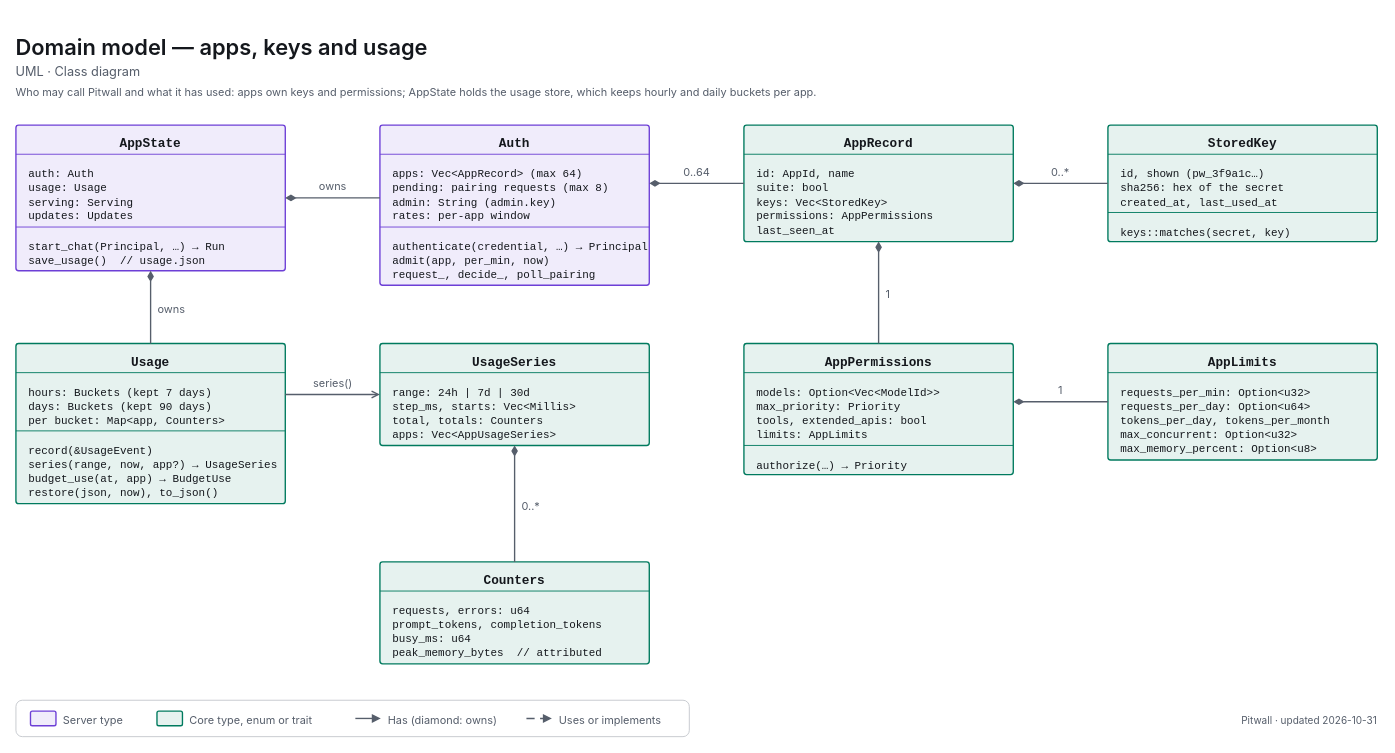
The draw.io diagram apps/pitwall/docs/diagrams/uml-class-access.drawio in decryp7/paddock, before the edit. Source tidied: cells renumbered, new cells numbered last; positions are measured from the earlier drawing's top-left corner, leaving out a move shared by most shapes. Both pictures are drawn from the tidied source at 91%, with x=0, y=0 at pixel (15, 30).
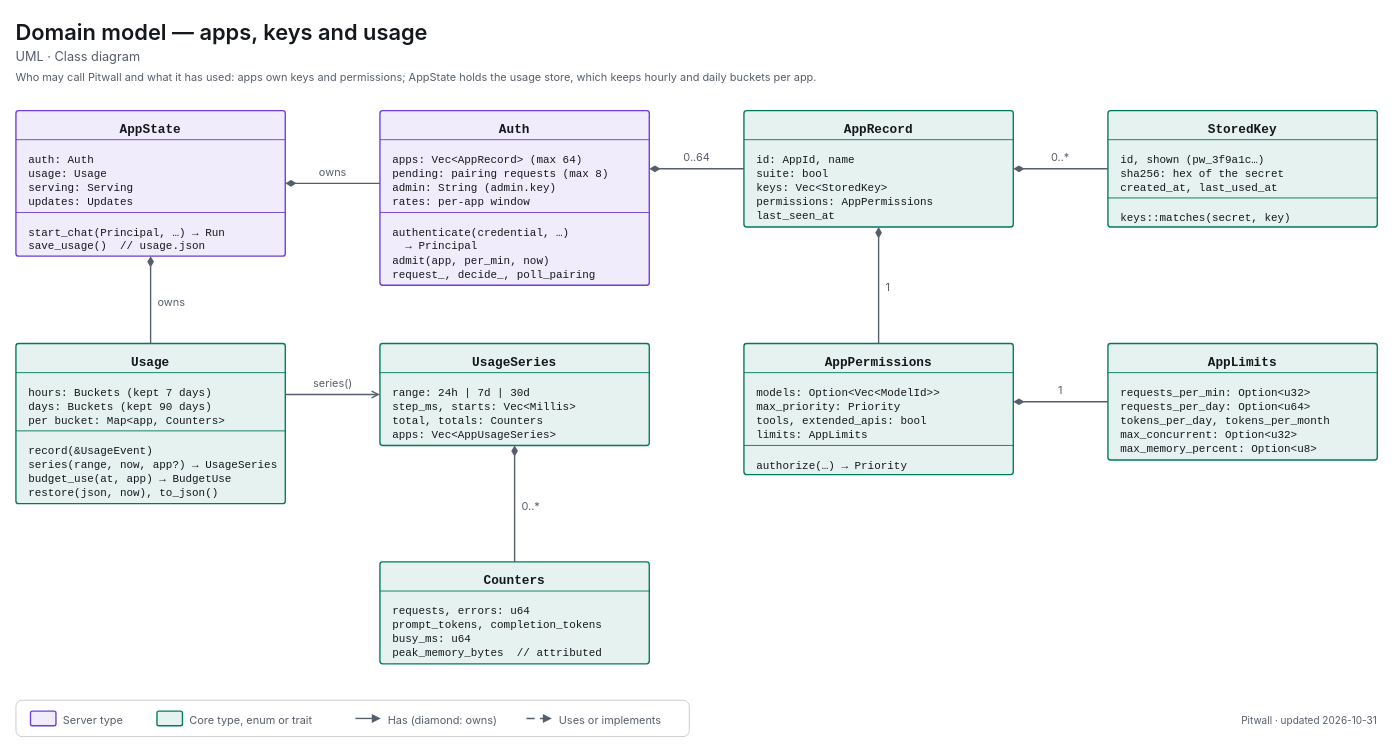
Above is the later version.

What changed in the source:
```diff
@@
     <mxCell id="2" value="&lt;span style=&quot;font-size:24px;font-weight:600&quot;&gt;Domain model — apps, keys and usage&lt;/span&gt;" style="html=1;whiteSpace=wrap;fontFamily=-apple-system,BlinkMacSystemFont,Segoe UI,system-ui,sans-serif;fontSize=12;fontColor=light-dark(#14171C,#ECEEF1);text;strokeColor=none;fillColor=none;align=left;verticalAlign=top;spacing=0;fontColor=light-dark(#14171C,#ECEEF1);" parent="1" vertex="1">
-      <mxGeometry width="1496" height="32" as="geometry" />
+      <mxGeometry y="-16" width="1496" height="32" as="geometry" />
     </mxCell>
     <mxCell id="3" value="&lt;span style=&quot;font-size:14px;font-weight:400&quot;&gt;UML · Class diagram&lt;/span&gt;" style="html=1;whiteSpace=wrap;fontFamily=-apple-system,BlinkMacSystemFont,Segoe UI,system-ui,sans-serif;fontSize=12;fontColor=light-dark(#14171C,#ECEEF1);text;strokeColor=none;fillColor=none;align=left;verticalAlign=top;spacing=0;fontColor=light-dark(#565E6B,#A0A7B2);" parent="1" vertex="1">
-      <mxGeometry y="32" width="1496" height="24" as="geometry" />
+      <mxGeometry y="16" width="1496" height="24" as="geometry" />
     </mxCell>
     <mxCell id="4" value="&lt;span style=&quot;font-size:12px;font-weight:400&quot;&gt;Who may call Pitwall and what it has used: apps own keys and permissions; AppState holds the usage store, which keeps hourly and daily buckets per app.&lt;/span&gt;" style="html=1;whiteSpace=wrap;fontFamily=-apple-system,BlinkMacSystemFont,Segoe UI,system-ui,sans-serif;fontSize=12;fontColor=light-dark(#14171C,#ECEEF1);text;strokeColor=none;fillColor=none;align=left;verticalAlign=top;spacing=0;fontColor=light-dark(#565E6B,#A0A7B2);" parent="1" vertex="1">
-      <mxGeometry y="56" width="1496" height="20" as="geometry" />
+      <mxGeometry y="40" width="1496" height="20" as="geometry" />
     </mxCell>
     <mxCell id="5" value="&lt;span style=&quot;font-size:14px;font-weight:600;font-family:ui-monospace,SF Mono,Cascadia Mono,Consolas,monospace&quot;&gt;AppState&lt;/span&gt;" style="html=1;whiteSpace=wrap;fontFamily=-apple-system,BlinkMacSystemFont,Segoe UI,system-ui,sans-serif;fontSize=12;fontColor=light-dark(#14171C,#ECEEF1);rounded=1;absoluteArcSize=1;arcSize=6;strokeWidth=1.5;strokeColor=light-dark(#6D3FD6,#A58BFA);fillColor=light-dark(#F0ECFB,#2C2A3F);align=center;verticalAlign=top;spacingTop=6;" parent="1" vertex="1">
-      <mxGeometry y="104" width="296" height="160" as="geometry" />
+      <mxGeometry y="88" width="296" height="160" as="geometry" />
     </mxCell>
     <mxCell id="6" style="endArrow=none;html=1;strokeWidth=1;strokeColor=light-dark(#6D3FD6,#A58BFA);" parent="1" edge="1">
       <mxGeometry relative="1" as="geometry">
-        <mxPoint y="136" as="sourcePoint" />
-        <mxPoint x="296" y="136" as="targetPoint" />
+        <mxPoint y="120" as="sourcePoint" />
+        <mxPoint x="296" y="120" as="targetPoint" />
       </mxGeometry>
     </mxCell>
     <mxCell id="7" value="&lt;span style=&quot;font-family:ui-monospace,SF Mono,Cascadia Mono,Consolas,monospace;font-size:12px&quot;&gt;auth:&amp;nbsp;Auth&lt;br&gt;usage:&amp;nbsp;Usage&lt;br&gt;serving:&amp;nbsp;Serving&lt;br&gt;updates:&amp;nbsp;Updates&lt;/span&gt;" style="html=1;whiteSpace=wrap;fontFamily=-apple-system,BlinkMacSystemFont,Segoe UI,system-ui,sans-serif;fontSize=12;fontColor=light-dark(#14171C,#ECEEF1);text;strokeColor=none;fillColor=none;align=left;verticalAlign=top;spacingLeft=12;spacingTop=8;" parent="1" vertex="1">
-      <mxGeometry y="136" width="296" height="80" as="geometry" />
+      <mxGeometry y="120" width="296" height="80" as="geometry" />
     </mxCell>
     <mxCell id="8" style="endArrow=none;html=1;strokeWidth=1;strokeColor=light-dark(#6D3FD6,#A58BFA);" parent="1" edge="1">
       <mxGeometry relative="1" as="geometry">
-        <mxPoint y="216" as="sourcePoint" />
-        <mxPoint x="296" y="216" as="targetPoint" />
+        <mxPoint y="200" as="sourcePoint" />
+        <mxPoint x="296" y="200" as="targetPoint" />
       </mxGeometry>
     </mxCell>
     <mxCell id="9" value="&lt;span style=&quot;font-family:ui-monospace,SF Mono,Cascadia Mono,Consolas,monospace;font-size:12px&quot;&gt;start_chat(Principal,&amp;nbsp;…)&amp;nbsp;→&amp;nbsp;Run&lt;br&gt;save_usage()&amp;nbsp;&amp;nbsp;//&amp;nbsp;usage.json&lt;/span&gt;" style="html=1;whiteSpace=wrap;fontFamily=-apple-system,BlinkMacSystemFont,Segoe UI,system-ui,sans-serif;fontSize=12;fontColor=light-dark(#14171C,#ECEEF1);text;strokeColor=none;fillColor=none;align=left;verticalAlign=top;spacingLeft=12;spacingTop=8;" parent="1" vertex="1">
-      <mxGeometry y="216" width="296" height="48" as="geometry" />
+      <mxGeometry y="200" width="296" height="48" as="geometry" />
     </mxCell>
     <mxCell id="10" value="&lt;span style=&quot;font-size:14px;font-weight:600;font-family:ui-monospace,SF Mono,Cascadia Mono,Consolas,monospace&quot;&gt;Auth&lt;/span&gt;" style="html=1;whiteSpace=wrap;fontFamily=-apple-system,BlinkMacSystemFont,Segoe UI,system-ui,sans-serif;fontSize=12;fontColor=light-dark(#14171C,#ECEEF1);rounded=1;absoluteArcSize=1;arcSize=6;strokeWidth=1.5;strokeColor=light-dark(#6D3FD6,#A58BFA);fillColor=light-dark(#F0ECFB,#2C2A3F);align=center;verticalAlign=top;spacingTop=6;" parent="1" vertex="1">
-      <mxGeometry x="400" y="104" width="296" height="176" as="geometry" />
+      <mxGeometry x="400" y="88" width="296" height="192" as="geometry" />
     </mxCell>
     <mxCell id="11" style="endArrow=none;html=1;strokeWidth=1;strokeColor=light-dark(#6D3FD6,#A58BFA);" parent="1" edge="1">
       <mxGeometry relative="1" as="geometry">
-        <mxPoint x="400" y="136" as="sourcePoint" />
-        <mxPoint x="696" y="136" as="targetPoint" />
+        <mxPoint x="400" y="120" as="sourcePoint" />
+        <mxPoint x="696" y="120" as="targetPoint" />
       </mxGeometry>
     </mxCell>
     <mxCell id="12" value="&lt;span style=&quot;font-family:ui-monospace,SF Mono,Cascadia Mono,Consolas,monospace;font-size:12px&quot;&gt;apps:&amp;nbsp;Vec&amp;lt;AppRecord&amp;gt;&amp;nbsp;(max&amp;nbsp;64)&lt;br&gt;pending:&amp;nbsp;pairing&amp;nbsp;requests&amp;nbsp;(max&amp;nbsp;8)&lt;br&gt;admin:&amp;nbsp;String&amp;nbsp;(admin.key)&lt;br&gt;rates:&amp;nbsp;per-app&amp;nbsp;window&lt;/span&gt;" style="html=1;whiteSpace=wrap;fontFamily=-apple-system,BlinkMacSystemFont,Segoe UI,system-ui,sans-serif;fontSize=12;fontColor=light-dark(#14171C,#ECEEF1);text;strokeColor=none;fillColor=none;align=left;verticalAlign=top;spacingLeft=12;spacingTop=8;" parent="1" vertex="1">
-      <mxGeometry x="400" y="136" width="296" height="80" as="geometry" />
+      <mxGeometry x="400" y="120" width="296" height="80" as="geometry" />
     </mxCell>
     <mxCell id="13" style="endArrow=none;html=1;strokeWidth=1;strokeColor=light-dark(#6D3FD6,#A58BFA);" parent="1" edge="1">
       <mxGeometry relative="1" as="geometry">
-        <mxPoint x="400" y="216" as="sourcePoint" />
-        <mxPoint x="696" y="216" as="targetPoint" />
+        <mxPoint x="400" y="200" as="sourcePoint" />
+        <mxPoint x="696" y="200" as="targetPoint" />
       </mxGeometry>
     </mxCell>
-    <mxCell id="14" value="&lt;span style=&quot;font-family:ui-monospace,SF Mono,Cascadia Mono,Consolas,monospace;font-size:12px&quot;&gt;authenticate(credential,&amp;nbsp;…)&amp;nbsp;→&amp;nbsp;Principal&lt;br&gt;admit(app,&amp;nbsp;per_min,&amp;nbsp;now)&lt;br&gt;request_,&amp;nbsp;decide_,&amp;nbsp;poll_pairing&lt;/span&gt;" style="html=1;whiteSpace=wrap;fontFamily=-apple-system,BlinkMacSystemFont,Segoe UI,system-ui,sans-serif;fontSize=12;fontColor=light-dark(#14171C,#ECEEF1);text;strokeColor=none;fillColor=none;align=left;verticalAlign=top;spacingLeft=12;spacingTop=8;" parent="1" vertex="1">
-      <mxGeometry x="400" y="216" width="296" height="64" as="geometry" />
+    <mxCell id="14" value="&lt;span style=&quot;font-family:ui-monospace,SF Mono,Cascadia Mono,Consolas,monospace;font-size:12px&quot;&gt;authenticate(credential,&amp;nbsp;…)&lt;br&gt;&amp;nbsp;&amp;nbsp;→&amp;nbsp;Principal&lt;br&gt;admit(app,&amp;nbsp;per_min,&amp;nbsp;now)&lt;br&gt;request_,&amp;nbsp;decide_,&amp;nbsp;poll_pairing&lt;/span&gt;" style="html=1;whiteSpace=wrap;fontFamily=-apple-system,BlinkMacSystemFont,Segoe UI,system-ui,sans-serif;fontSize=12;fontColor=light-dark(#14171C,#ECEEF1);text;strokeColor=none;fillColor=none;align=left;verticalAlign=top;spacingLeft=12;spacingTop=8;" parent="1" vertex="1">
+      <mxGeometry x="400" y="200" width="296" height="80" as="geometry" />
     </mxCell>
     <mxCell id="15" value="&lt;span style=&quot;font-size:14px;font-weight:600;font-family:ui-monospace,SF Mono,Cascadia Mono,Consolas,monospace&quot;&gt;AppRecord&lt;/span&gt;" style="html=1;whiteSpace=wrap;fontFamily=-apple-system,BlinkMacSystemFont,Segoe UI,system-ui,sans-serif;fontSize=12;fontColor=light-dark(#14171C,#ECEEF1);rounded=1;absoluteArcSize=1;arcSize=6;strokeWidth=1.5;strokeColor=light-dark(#007A5E,#2EC4A0);fillColor=light-dark(#E6F2EF,#193330);align=center;verticalAlign=top;spacingTop=6;" parent="1" vertex="1">
-      <mxGeometry x="800" y="104" width="296" height="128" as="geometry" />
+      <mxGeometry x="800" y="88" width="296" height="128" as="geometry" />
     </mxCell>
     <mxCell id="16" style="endArrow=none;html=1;strokeWidth=1;strokeColor=light-dark(#007A5E,#2EC4A0);" parent="1" edge="1">
       <mxGeometry relative="1" as="geometry">
-        <mxPoint x="800" y="136" as="sourcePoint" />
-        <mxPoint x="1096" y="136" as="targetPoint" />
+        <mxPoint x="800" y="120" as="sourcePoint" />
+        <mxPoint x="1096" y="120" as="targetPoint" />
       </mxGeometry>
     </mxCell>
     <mxCell id="17" value="&lt;span style=&quot;font-family:ui-monospace,SF Mono,Cascadia Mono,Consolas,monospace;font-size:12px&quot;&gt;id:&amp;nbsp;AppId,&amp;nbsp;name&lt;br&gt;suite:&amp;nbsp;bool&lt;br&gt;keys:&amp;nbsp;Vec&amp;lt;StoredKey&amp;gt;&lt;br&gt;permissions:&amp;nbsp;AppPermissions&lt;br&gt;last_seen_at&lt;/span&gt;" style="html=1;whiteSpace=wrap;fontFamily=-apple-system,BlinkMacSystemFont,Segoe UI,system-ui,sans-serif;fontSize=12;fontColor=light-dark(#14171C,#ECEEF1);text;strokeColor=none;fillColor=none;align=left;verticalAlign=top;spacingLeft=12;spacingTop=8;" parent="1" vertex="1">
-      <mxGeometry x="800" y="136" width="296" height="96" as="geometry" />
+      <mxGeometry x="800" y="120" width="296" height="96" as="geometry" />
     </mxCell>
     <mxCell id="18" value="&lt;span style=&quot;font-size:14px;font-weight:600;font-family:ui-monospace,SF Mono,Cascadia Mono,Consolas,monospace&quot;&gt;StoredKey&lt;/span&gt;" style="html=1;whiteSpace=wrap;fontFamily=-apple-system,BlinkMacSystemFont,Segoe UI,system-ui,sans-serif;fontSize=12;fontColor=light-dark(#14171C,#ECEEF1);rounded=1;absoluteArcSize=1;arcSize=6;strokeWidth=1.5;strokeColor=light-dark(#007A5E,#2EC4A0);fillColor=light-dark(#E6F2EF,#193330);align=center;verticalAlign=top;spacingTop=6;" parent="1" vertex="1">
-      <mxGeometry x="1200" y="104" width="296" height="128" as="geometry" />
+      <mxGeometry x="1200" y="88" width="296" height="128" as="geometry" />
     </mxCell>
     <mxCell id="19" style="endArrow=none;html=1;strokeWidth=1;strokeColor=light-dark(#007A5E,#2EC4A0);" parent="1" edge="1">
       <mxGeometry relative="1" as="geometry">
-        <mxPoint x="1200" y="136" as="sourcePoint" />
-        <mxPoint x="1496" y="136" as="targetPoint" />
+        <mxPoint x="1200" y="120" as="sourcePoint" />
+        <mxPoint x="1496" y="120" as="targetPoint" />
       </mxGeometry>
     </mxCell>
     <mxCell id="20" value="&lt;span style=&quot;font-family:ui-monospace,SF Mono,Cascadia Mono,Consolas,monospace;font-size:12px&quot;&gt;id,&amp;nbsp;shown&amp;nbsp;(pw_3f9a1c…)&lt;br&gt;sha256:&amp;nbsp;hex&amp;nbsp;of&amp;nbsp;the&amp;nbsp;secret&lt;br&gt;created_at,&amp;nbsp;last_used_at&lt;/span&gt;" style="html=1;whiteSpace=wrap;fontFamily=-apple-system,BlinkMacSystemFont,Segoe UI,system-ui,sans-serif;fontSize=12;fontColor=light-dark(#14171C,#ECEEF1);text;strokeColor=none;fillColor=none;align=left;verticalAlign=top;spacingLeft=12;spacingTop=8;" parent="1" vertex="1">
-      <mxGeometry x="1200" y="136" width="296" height="64" as="geometry" />
+      <mxGeometry x="1200" y="120" width="296" height="64" as="geometry" />
     </mxCell>
     <mxCell id="21" style="endArrow=none;html=1;strokeWidth=1;strokeColor=light-dark(#007A5E,#2EC4A0);" parent="1" edge="1">
       <mxGeometry relative="1" as="geometry">
-        <mxPoint x="1200" y="200" as="sourcePoint" />
-        <mxPoint x="1496" y="200" as="targetPoint" />
+        <mxPoint x="1200" y="184" as="sourcePoint" />
+        <mxPoint x="1496" y="184" as="targetPoint" />
       </mxGeometry>
     </mxCell>
     <mxCell id="22" value="&lt;span style=&quot;font-family:ui-monospace,SF Mono,Cascadia Mono,Consolas,monospace;font-size:12px&quot;&gt;keys::matches(secret,&amp;nbsp;key)&lt;/span&gt;" style="html=1;whiteSpace=wrap;fontFamily=-apple-system,BlinkMacSystemFont,Segoe UI,system-ui,sans-serif;fontSize=12;fontColor=light-dark(#14171C,#ECEEF1);text;strokeColor=none;fillColor=none;align=left;verticalAlign=top;spacingLeft=12;spacingTop=8;" parent="1" vertex="1">
-      <mxGeometry x="1200" y="200" width="296" height="32" as="geometry" />
+      <mxGeometry x="1200" y="184" width="296" height="32" as="geometry" />
     </mxCell>
@@
-    <mxCell id="42" style="edgeStyle=orthogonalEdgeStyle;rounded=1;arcSize=8;jettySize=auto;html=1;strokeWidth=1.5;strokeColor=light-dark(#565E6B,#A0A7B2);endArrow=none;endFill=0;endSize=6;startArrow=diamondThin;startFill=1;startSize=8;exitX=1.0000;exitY=0.5000;exitDx=0;exitDy=0;exitPerimeter=0;entryX=0.0000;entryY=0.4545;entryDx=0;entryDy=0;entryPerimeter=0;" parent="1" edge="1" source="5" target="10">
+    <mxCell id="42" style="edgeStyle=orthogonalEdgeStyle;rounded=1;arcSize=8;jettySize=auto;html=1;strokeWidth=1.5;strokeColor=light-dark(#565E6B,#A0A7B2);endArrow=none;endFill=0;endSize=6;startArrow=diamondThin;startFill=1;startSize=8;exitX=1.0000;exitY=0.5000;exitDx=0;exitDy=0;exitPerimeter=0;entryX=0.0000;entryY=0.4167;entryDx=0;entryDy=0;entryPerimeter=0;" parent="1" edge="1" source="5" target="10">
       <mxGeometry relative="1" as="geometry" />
     </mxCell>
     <mxCell id="43" value="&lt;span style=&quot;font-size:12px;font-weight:400&quot;&gt;owns&lt;/span&gt;" style="html=1;whiteSpace=wrap;fontFamily=-apple-system,BlinkMacSystemFont,Segoe UI,system-ui,sans-serif;fontSize=12;fontColor=light-dark(#14171C,#ECEEF1);text;strokeColor=none;fillColor=none;align=center;verticalAlign=top;spacing=0;fontColor=light-dark(#565E6B,#A0A7B2);" parent="1" vertex="1">
-      <mxGeometry x="328" y="160" width="41" height="18" as="geometry" />
+      <mxGeometry x="328" y="144" width="41" height="18" as="geometry" />
     </mxCell>
-    <mxCell id="44" style="edgeStyle=orthogonalEdgeStyle;rounded=1;arcSize=8;jettySize=auto;html=1;strokeWidth=1.5;strokeColor=light-dark(#565E6B,#A0A7B2);endArrow=none;endFill=0;endSize=6;startArrow=diamondThin;startFill=1;startSize=8;exitX=1.0000;exitY=0.3636;exitDx=0;exitDy=0;exitPerimeter=0;entryX=0.0000;entryY=0.5000;entryDx=0;entryDy=0;entryPerimeter=0;" parent="1" edge="1" source="10" target="15">
+    <mxCell id="44" style="edgeStyle=orthogonalEdgeStyle;rounded=1;arcSize=8;jettySize=auto;html=1;strokeWidth=1.5;strokeColor=light-dark(#565E6B,#A0A7B2);endArrow=none;endFill=0;endSize=6;startArrow=diamondThin;startFill=1;startSize=8;exitX=1.0000;exitY=0.3333;exitDx=0;exitDy=0;exitPerimeter=0;entryX=0.0000;entryY=0.5000;entryDx=0;entryDy=0;entryPerimeter=0;" parent="1" edge="1" source="10" target="15">
       <mxGeometry relative="1" as="geometry" />
     </mxCell>
     <mxCell id="45" value="&lt;span style=&quot;font-size:12px;font-weight:400&quot;&gt;0..64&lt;/span&gt;" style="html=1;whiteSpace=wrap;fontFamily=-apple-system,BlinkMacSystemFont,Segoe UI,system-ui,sans-serif;fontSize=12;fontColor=light-dark(#14171C,#ECEEF1);text;strokeColor=none;fillColor=none;align=center;verticalAlign=top;spacing=0;fontColor=light-dark(#565E6B,#A0A7B2);" parent="1" vertex="1">
-      <mxGeometry x="730" y="144" width="37" height="18" as="geometry" />
+      <mxGeometry x="730" y="128" width="37" height="18" as="geometry" />
     </mxCell>
@@
     <mxCell id="47" value="&lt;span style=&quot;font-size:12px;font-weight:400&quot;&gt;0..*&lt;/span&gt;" style="html=1;whiteSpace=wrap;fontFamily=-apple-system,BlinkMacSystemFont,Segoe UI,system-ui,sans-serif;fontSize=12;fontColor=light-dark(#14171C,#ECEEF1);text;strokeColor=none;fillColor=none;align=center;verticalAlign=top;spacing=0;fontColor=light-dark(#565E6B,#A0A7B2);" parent="1" vertex="1">
-      <mxGeometry x="1133" y="144" width="30" height="18" as="geometry" />
+      <mxGeometry x="1133" y="128" width="30" height="18" as="geometry" />
     </mxCell>
@@
     <mxCell id="49" value="&lt;span style=&quot;font-size:12px;font-weight:400&quot;&gt;1&lt;/span&gt;" style="html=1;whiteSpace=wrap;fontFamily=-apple-system,BlinkMacSystemFont,Segoe UI,system-ui,sans-serif;fontSize=12;fontColor=light-dark(#14171C,#ECEEF1);text;strokeColor=none;fillColor=none;align=left;verticalAlign=top;spacing=0;fontColor=light-dark(#565E6B,#A0A7B2);" parent="1" vertex="1">
-      <mxGeometry x="956" y="279" width="12" height="18" as="geometry" />
+      <mxGeometry x="956" y="271" width="12" height="18" as="geometry" />
     </mxCell>
@@
     <mxCell id="53" value="&lt;span style=&quot;font-size:12px;font-weight:400&quot;&gt;owns&lt;/span&gt;" style="html=1;whiteSpace=wrap;fontFamily=-apple-system,BlinkMacSystemFont,Segoe UI,system-ui,sans-serif;fontSize=12;fontColor=light-dark(#14171C,#ECEEF1);text;strokeColor=none;fillColor=none;align=left;verticalAlign=top;spacing=0;fontColor=light-dark(#565E6B,#A0A7B2);" parent="1" vertex="1">
-      <mxGeometry x="156" y="295" width="41" height="18" as="geometry" />
+      <mxGeometry x="156" y="287" width="41" height="18" as="geometry" />
     </mxCell>
```
